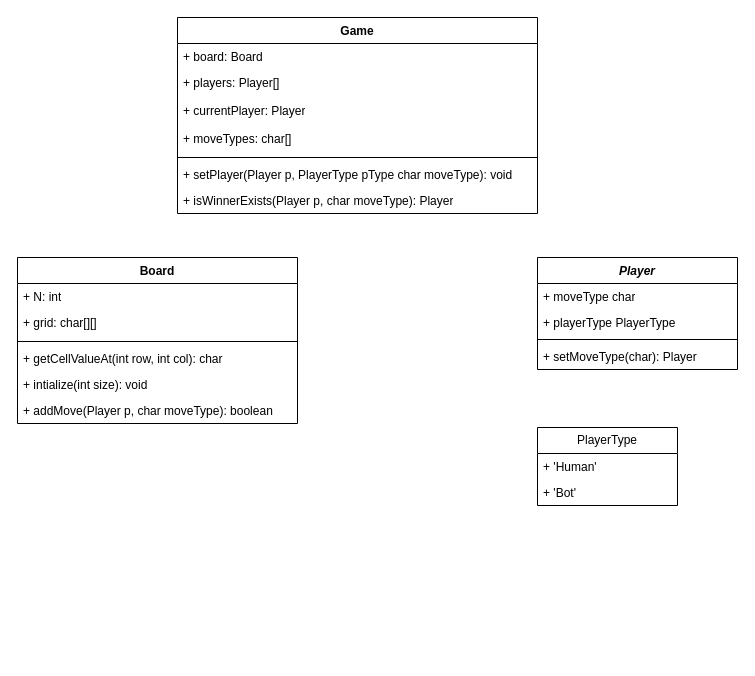
mynkMishra/diagrams keeps this draw.io diagram as tic-tac-toe.drawio. Above is the earlier version. Source tidied: cells renumbered, new cells numbered last; positions are measured from the earlier drawing's top-left corner, leaving out a move shared by most shapes. Both pictures are drawn from the tidied source at 100%, with x=0, y=0 at pixel (17, 17).
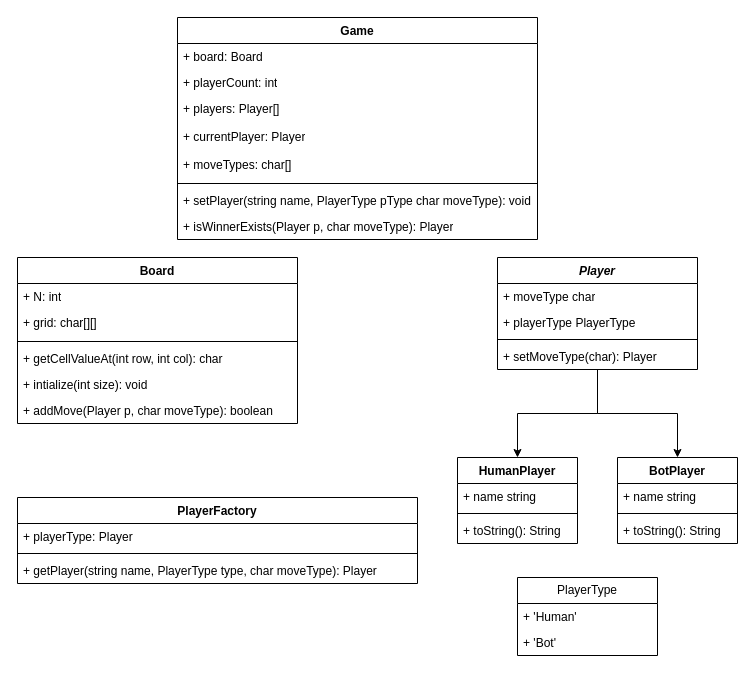
Above is the later version.

The edit, as a diff of the source:
```diff
@@
+    <mxCell id="25" style="edgeStyle=orthogonalEdgeStyle;rounded=0;jettySize=auto;html=1;" parent="1" edge="1" source="9" target="28">
+      <mxGeometry relative="1" as="geometry" />
+    </mxCell>
+    <mxCell id="26" style="edgeStyle=orthogonalEdgeStyle;rounded=0;jettySize=auto;html=1;entryX=0.5;entryY=0;entryDx=0;entryDy=0;" parent="1" edge="1" source="9" target="32">
+      <mxGeometry relative="1" as="geometry" />
+    </mxCell>
     <mxCell id="9" value="&lt;i&gt;Player&lt;/i&gt;" style="swimlane;fontStyle=1;align=center;verticalAlign=top;horizontal=1;startSize=26;whiteSpace=wrap;html=1;" parent="1" vertex="1">
-      <mxGeometry x="520" y="240" width="200" height="112" as="geometry" />
+      <mxGeometry x="480" y="240" width="200" height="112" as="geometry" />
     </mxCell>
@@
     <mxCell id="14" value="PlayerType" style="swimlane;fontStyle=0;horizontal=1;startSize=26;fillColor=none;whiteSpace=wrap;html=1;" parent="1" vertex="1">
-      <mxGeometry x="520" y="410" width="140" height="78" as="geometry" />
+      <mxGeometry x="500" y="560" width="140" height="78" as="geometry" />
     </mxCell>
@@
     <mxCell id="17" value="Game" style="swimlane;fontStyle=1;align=center;verticalAlign=top;horizontal=1;startSize=26;whiteSpace=wrap;html=1;" parent="1" vertex="1">
-      <mxGeometry x="160" width="360" height="196" as="geometry" />
+      <mxGeometry x="160" width="360" height="222" as="geometry" />
     </mxCell>
@@
+    <mxCell id="27" value="+ playerCount: int" style="text;strokeColor=none;fillColor=none;align=left;verticalAlign=top;spacingLeft=4;spacingRight=4;overflow=hidden;whiteSpace=wrap;html=1;" parent="17" vertex="1">
+      <mxGeometry y="52" width="360" height="26" as="geometry" />
+    </mxCell>
     <mxCell id="19" value="+ players: Player[]" style="text;strokeColor=none;fillColor=none;align=left;verticalAlign=top;spacingLeft=4;spacingRight=4;overflow=hidden;whiteSpace=wrap;html=1;" parent="17" vertex="1">
-      <mxGeometry y="52" width="360" height="28" as="geometry" />
+      <mxGeometry y="78" width="360" height="28" as="geometry" />
     </mxCell>
     <mxCell id="20" value="+ currentPlayer: Player" style="text;strokeColor=none;fillColor=none;align=left;verticalAlign=top;spacingLeft=4;spacingRight=4;overflow=hidden;whiteSpace=wrap;html=1;" parent="17" vertex="1">
-      <mxGeometry y="80" width="360" height="28" as="geometry" />
+      <mxGeometry y="106" width="360" height="28" as="geometry" />
     </mxCell>
     <mxCell id="21" value="+ moveTypes: char[]" style="text;strokeColor=none;fillColor=none;align=left;verticalAlign=top;spacingLeft=4;spacingRight=4;overflow=hidden;whiteSpace=wrap;html=1;" parent="17" vertex="1">
-      <mxGeometry y="108" width="360" height="28" as="geometry" />
+      <mxGeometry y="134" width="360" height="28" as="geometry" />
     </mxCell>
     <mxCell id="22" style="line;strokeWidth=1;fillColor=none;align=left;verticalAlign=middle;spacingTop=-1;spacingLeft=3;spacingRight=3;labelPosition=right;strokeColor=inherit;" parent="17" vertex="1">
-      <mxGeometry y="136" width="360" height="8" as="geometry" />
+      <mxGeometry y="162" width="360" height="8" as="geometry" />
     </mxCell>
-    <mxCell id="23" value="+ setPlayer(Player p, PlayerType pType char moveType): void" style="text;strokeColor=none;fillColor=none;align=left;verticalAlign=top;spacingLeft=4;spacingRight=4;overflow=hidden;whiteSpace=wrap;html=1;" parent="17" vertex="1">
-      <mxGeometry y="144" width="360" height="26" as="geometry" />
+    <mxCell id="23" value="+ setPlayer(string name, PlayerType pType char moveType): void" style="text;strokeColor=none;fillColor=none;align=left;verticalAlign=top;spacingLeft=4;spacingRight=4;overflow=hidden;whiteSpace=wrap;html=1;" parent="17" vertex="1">
+      <mxGeometry y="170" width="360" height="26" as="geometry" />
     </mxCell>
     <mxCell id="24" value="+ isWinnerExists(Player p, char moveType): Player" style="text;strokeColor=none;fillColor=none;align=left;verticalAlign=top;spacingLeft=4;spacingRight=4;overflow=hidden;whiteSpace=wrap;html=1;" parent="17" vertex="1">
-      <mxGeometry y="170" width="360" height="26" as="geometry" />
+      <mxGeometry y="196" width="360" height="26" as="geometry" />
     </mxCell>
+    <mxCell id="28" value="HumanPlayer" style="swimlane;fontStyle=1;align=center;verticalAlign=top;horizontal=1;startSize=26;whiteSpace=wrap;html=1;" parent="1" vertex="1">
+      <mxGeometry x="440" y="440" width="120" height="86" as="geometry" />
+    </mxCell>
+    <mxCell id="29" value="+ name string" style="text;strokeColor=none;fillColor=none;align=left;verticalAlign=top;spacingLeft=4;spacingRight=4;overflow=hidden;whiteSpace=wrap;html=1;" parent="28" vertex="1">
+      <mxGeometry y="26" width="120" height="26" as="geometry" />
+    </mxCell>
+    <mxCell id="30" style="line;strokeWidth=1;fillColor=none;align=left;verticalAlign=middle;spacingTop=-1;spacingLeft=3;spacingRight=3;labelPosition=right;strokeColor=inherit;" parent="28" vertex="1">
+      <mxGeometry y="52" width="120" height="8" as="geometry" />
+    </mxCell>
+    <mxCell id="31" value="+ toString(): String" style="text;strokeColor=none;fillColor=none;align=left;verticalAlign=top;spacingLeft=4;spacingRight=4;overflow=hidden;whiteSpace=wrap;html=1;" parent="28" vertex="1">
+      <mxGeometry y="60" width="120" height="26" as="geometry" />
+    </mxCell>
+    <mxCell id="32" value="BotPlayer" style="swimlane;fontStyle=1;align=center;verticalAlign=top;horizontal=1;startSize=26;whiteSpace=wrap;html=1;" parent="1" vertex="1">
+      <mxGeometry x="600" y="440" width="120" height="86" as="geometry" />
+    </mxCell>
+    <mxCell id="33" value="+ name string" style="text;strokeColor=none;fillColor=none;align=left;verticalAlign=top;spacingLeft=4;spacingRight=4;overflow=hidden;whiteSpace=wrap;html=1;" parent="32" vertex="1">
+      <mxGeometry y="26" width="120" height="26" as="geometry" />
+    </mxCell>
+    <mxCell id="34" style="line;strokeWidth=1;fillColor=none;align=left;verticalAlign=middle;spacingTop=-1;spacingLeft=3;spacingRight=3;labelPosition=right;strokeColor=inherit;" parent="32" vertex="1">
+      <mxGeometry y="52" width="120" height="8" as="geometry" />
+    </mxCell>
+    <mxCell id="35" value="+ toString(): String" style="text;strokeColor=none;fillColor=none;align=left;verticalAlign=top;spacingLeft=4;spacingRight=4;overflow=hidden;whiteSpace=wrap;html=1;" parent="32" vertex="1">
+      <mxGeometry y="60" width="120" height="26" as="geometry" />
+    </mxCell>
+    <mxCell id="36" value="PlayerFactory" style="swimlane;fontStyle=1;align=center;verticalAlign=top;horizontal=1;startSize=26;whiteSpace=wrap;html=1;" parent="1" vertex="1">
+      <mxGeometry y="480" width="400" height="86" as="geometry" />
+    </mxCell>
+    <mxCell id="37" value="+ playerType: Player" style="text;strokeColor=none;fillColor=none;align=left;verticalAlign=top;spacingLeft=4;spacingRight=4;overflow=hidden;whiteSpace=wrap;html=1;" parent="36" vertex="1">
+      <mxGeometry y="26" width="400" height="26" as="geometry" />
+    </mxCell>
+    <mxCell id="38" style="line;strokeWidth=1;fillColor=none;align=left;verticalAlign=middle;spacingTop=-1;spacingLeft=3;spacingRight=3;labelPosition=right;strokeColor=inherit;" parent="36" vertex="1">
+      <mxGeometry y="52" width="400" height="8" as="geometry" />
+    </mxCell>
+    <mxCell id="39" value="+ getPlayer(string name, PlayerType type, char moveType): Player" style="text;strokeColor=none;fillColor=none;align=left;verticalAlign=top;spacingLeft=4;spacingRight=4;overflow=hidden;whiteSpace=wrap;html=1;" parent="36" vertex="1">
+      <mxGeometry y="60" width="400" height="26" as="geometry" />
+    </mxCell>
```
